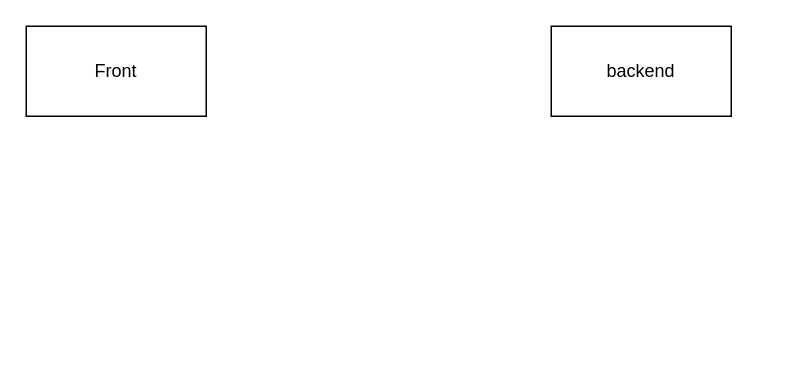
Earlier version of the draw.io diagram Untitled Diagram.drawio (rezendelc/letmeask). Source tidied: cells renumbered, new cells numbered last; positions are measured from the earlier drawing's top-left corner, leaving out a move shared by most shapes. Both pictures are drawn from the tidied source at 150%, with x=0, y=0 at pixel (26, 26).
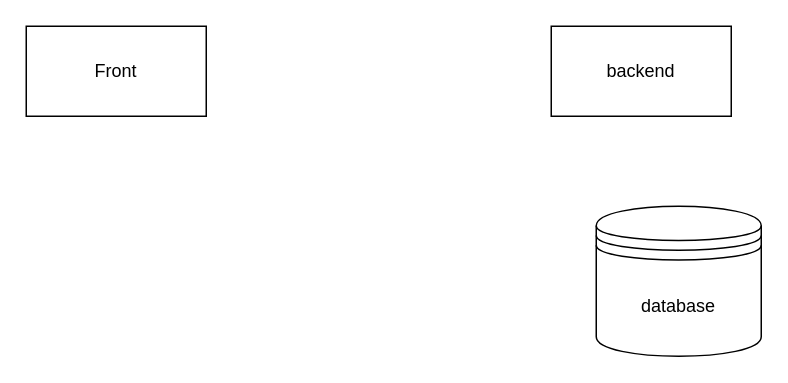
The same page after the edit.

What changed in the source:
```diff
@@
 <mxGraphModel>
   <root>
     <mxCell id="0" />
     <mxCell id="1" parent="0" />
     <mxCell id="2" value="Front&lt;br&gt;" style="rounded=0;whiteSpace=wrap;html=1;" parent="1" vertex="1">
       <mxGeometry width="120" height="60" as="geometry" />
     </mxCell>
     <mxCell id="3" value="backend" style="rounded=0;whiteSpace=wrap;html=1;" parent="1" vertex="1">
       <mxGeometry x="350" width="120" height="60" as="geometry" />
     </mxCell>
+    <mxCell id="4" value="database&lt;br&gt;" style="shape=datastore;whiteSpace=wrap;html=1;" parent="1" vertex="1">
+      <mxGeometry x="380" y="120" width="110" height="100" as="geometry" />
+    </mxCell>
   </root>
 </mxGraphModel>
```
